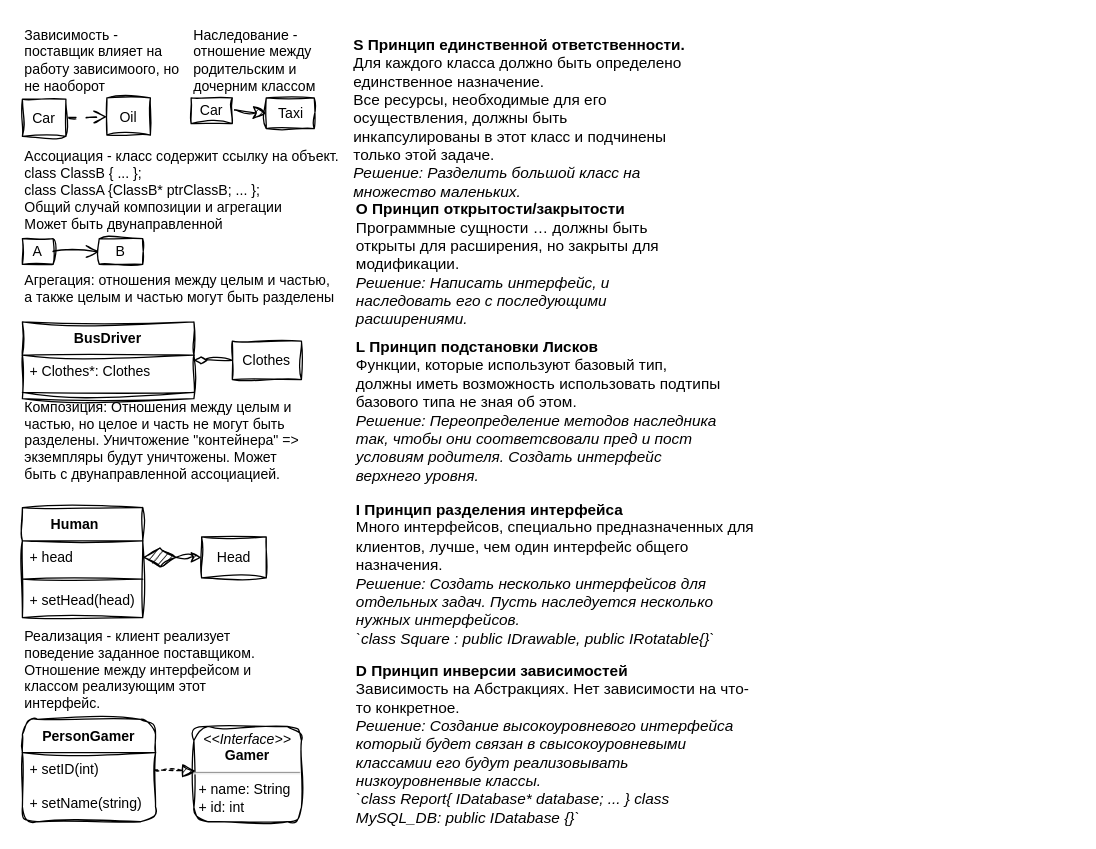
Before: UML_SOLID_forPrint.drawio in Amatikay/SDT_helper, a draw.io diagram. Source tidied: cells renumbered, new cells numbered last; positions are measured from the earlier drawing's top-left corner, leaving out a move shared by most shapes. Both pictures are drawn from the tidied source at 128%, with x=0, y=0 at pixel (22, 22).
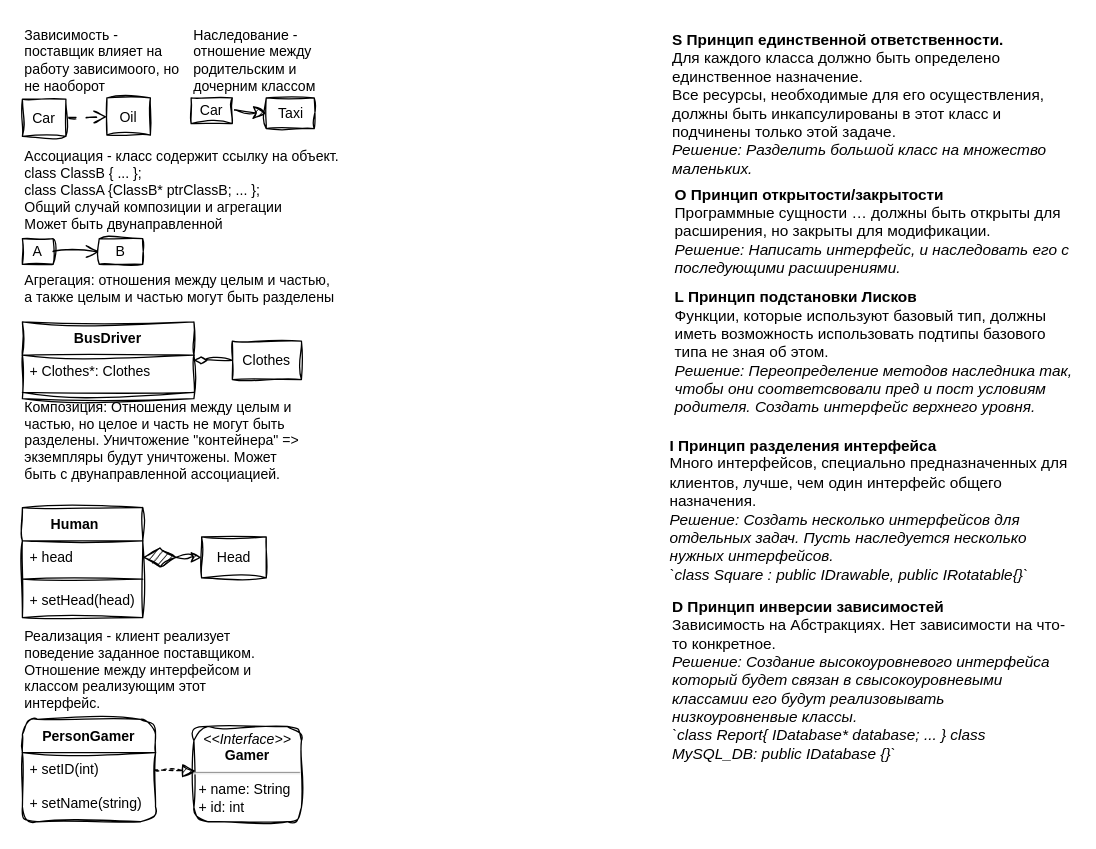
The same page after the edit.

What changed in the source:
```diff
@@
+    <mxCell id="38" style="group;" parent="1" vertex="1">
+      <mxGeometry x="504" width="316.5" height="578.5" as="geometry" />
+    </mxCell>
-    <mxCell id="33" value="&lt;div align=&quot;left&quot;&gt;&lt;b&gt;S Принцип единственной ответственности.&lt;/b&gt;&lt;br&gt;Для каждого класса должно быть определено единственное назначение.&lt;br&gt;Все ресурсы, необходимые для его осуществления, должны быть инкапсулированы в этот класс и подчинены только этой задаче.&amp;nbsp; &lt;br&gt;&lt;/div&gt;&lt;div align=&quot;left&quot;&gt;&lt;i&gt;Решение: Разделить большой класс на множество маленьких.&lt;/i&gt;&lt;/div&gt;" style="text;html=1;strokeColor=none;fillColor=none;align=left;verticalAlign=middle;whiteSpace=wrap;rounded=0;" parent="1" vertex="1">
-      <mxGeometry x="256.5" y="11" width="270" height="128" as="geometry" />
+    <mxCell id="33" value="&lt;div&gt;&lt;b&gt;S Принцип единственной ответственности.&lt;/b&gt;&lt;br&gt;Для каждого класса должно быть определено единственное назначение.&lt;br&gt;Все ресурсы, необходимые для его осуществления, должны быть инкапсулированы в этот класс и подчинены только этой задаче.&amp;nbsp; &lt;br&gt;&lt;/div&gt;&lt;div&gt;&lt;i&gt;Решение: Разделить большой класс на множество маленьких.&lt;/i&gt;&lt;/div&gt;" style="text;html=1;strokeColor=none;fillColor=none;align=left;verticalAlign=middle;whiteSpace=wrap;rounded=0;" parent="38" vertex="1">
+      <mxGeometry x="1.5" width="313" height="128" as="geometry" />
     </mxCell>
-    <mxCell id="34" value="&lt;b&gt;O Принцип открытости/закрытости&lt;/b&gt;&lt;br&gt;Программные сущности … должны быть открыты для расширения, но закрыты для модификации.&amp;nbsp; &lt;br&gt;&lt;i&gt;Решение: Написать интерфейс, и наследовать его с последующими расширениями.&lt;/i&gt;" style="text;html=1;strokeColor=none;fillColor=none;align=left;verticalAlign=middle;whiteSpace=wrap;rounded=0;" parent="1" vertex="1">
-      <mxGeometry x="259" y="139" width="270" height="100" as="geometry" />
+    <mxCell id="34" value="&lt;b&gt;O Принцип открытости/закрытости&lt;/b&gt;&lt;br&gt;Программные сущности … должны быть открыты для расширения, но закрыты для модификации.&amp;nbsp; &lt;br&gt;&lt;i&gt;Решение: Написать интерфейс, и наследовать его с последующими расширениями.&lt;/i&gt;" style="text;html=1;strokeColor=none;fillColor=none;align=left;verticalAlign=middle;whiteSpace=wrap;rounded=0;" parent="38" vertex="1">
+      <mxGeometry x="3.5" y="112.5" width="313" height="100" as="geometry" />
     </mxCell>
-    <mxCell id="35" value="&lt;div align=&quot;left&quot;&gt;&lt;b&gt;L Принцип подстановки Лисков&lt;/b&gt;&lt;br&gt;Функции, которые используют базовый тип, должны иметь возможность использовать подтипы базового типа не зная об этом.&amp;nbsp; &lt;br&gt;&lt;i&gt;Решение: Переопределение методов наследника так, чтобы они соответсвовали пред и пост условиям родителя. Создать интерфейс верхнего уровня.&lt;/i&gt;&lt;/div&gt;" style="text;html=1;strokeColor=none;fillColor=none;align=left;verticalAlign=middle;whiteSpace=wrap;rounded=0;" parent="1" vertex="1">
-      <mxGeometry x="259" y="239" width="290" height="130" as="geometry" />
+    <mxCell id="35" value="&lt;div&gt;&lt;b&gt;L Принцип подстановки Лисков&lt;/b&gt;&lt;br&gt;Функции, которые используют базовый тип, должны иметь возможность использовать подтипы базового типа не зная об этом.&amp;nbsp; &lt;br&gt;&lt;i&gt;Решение: Переопределение методов наследника так, чтобы они соответсвовали пред и пост условиям родителя. Создать интерфейс верхнего уровня.&lt;/i&gt;&lt;/div&gt;" style="text;html=1;strokeColor=none;fillColor=none;align=left;verticalAlign=middle;whiteSpace=wrap;rounded=0;" parent="38" vertex="1">
+      <mxGeometry x="3.5" y="192.5" width="313" height="130" as="geometry" />
     </mxCell>
-    <mxCell id="36" value="&lt;div align=&quot;left&quot;&gt;&lt;b&gt;I Принцип разделения интерфейса&lt;/b&gt;&lt;br&gt;&lt;/div&gt;&lt;div align=&quot;left&quot;&gt;Много интерфейсов, специально предназначенных для клиентов, лучше, чем один интерфейс общего назначения.&lt;/div&gt;&lt;div align=&quot;left&quot;&gt;&lt;i&gt;Решение: Создать несколько интерфейсов для отдельных задач. Пусть наследуется несколько нужных интерфейсов.&lt;/i&gt;&lt;/div&gt;&lt;div align=&quot;left&quot;&gt;&lt;i&gt;`class Square : public IDrawable, public IRotatable{}`&lt;/i&gt;&lt;/div&gt;" style="text;html=1;strokeColor=none;fillColor=none;align=left;verticalAlign=middle;whiteSpace=wrap;rounded=0;" parent="1" vertex="1">
-      <mxGeometry x="259" y="363" width="320" height="136" as="geometry" />
+    <mxCell id="36" value="&lt;div&gt;&lt;b&gt;I Принцип разделения интерфейса&lt;/b&gt;&lt;br&gt;&lt;/div&gt;&lt;div&gt;Много интерфейсов, специально предназначенных для клиентов, лучше, чем один интерфейс общего назначения.&lt;/div&gt;&lt;div&gt;&lt;i&gt;Решение: Создать несколько интерфейсов для отдельных задач. Пусть наследуется несколько нужных интерфейсов.&lt;/i&gt;&lt;/div&gt;&lt;div&gt;&lt;i&gt;`class Square : public IDrawable, public IRotatable{}`&lt;/i&gt;&lt;/div&gt;" style="text;html=1;strokeColor=none;fillColor=none;align=left;verticalAlign=middle;whiteSpace=wrap;rounded=0;" parent="38" vertex="1">
+      <mxGeometry y="312.5" width="316.5" height="136" as="geometry" />
     </mxCell>
-    <mxCell id="37" value="&lt;div align=&quot;left&quot;&gt;&lt;b&gt;D Принцип инверсии зависимостей&lt;/b&gt;&lt;br&gt;Зависимость на Абстракциях. Нет зависимости на что-то конкретное.&amp;nbsp; &lt;br&gt;&lt;i&gt;Решение: Создание высокоуровневого интерфейса который будет связан в свысокоуровневыми классамии его будут реализовывать низкоуровненвые классы.&lt;/i&gt;&lt;br&gt;&lt;i&gt;`class Report{ IDatabase* database; ... } class MySQL_DB: public IDatabase {}` &lt;/i&gt;&lt;/div&gt;" style="text;html=1;strokeColor=none;fillColor=none;align=left;verticalAlign=middle;whiteSpace=wrap;rounded=0;" parent="1" vertex="1">
-      <mxGeometry x="259" y="499" width="315" height="130" as="geometry" />
+    <mxCell id="37" value="&lt;div&gt;&lt;b&gt;D Принцип инверсии зависимостей&lt;/b&gt;&lt;br&gt;Зависимость на Абстракциях. Нет зависимости на что-то конкретное.&amp;nbsp; &lt;br&gt;&lt;i&gt;Решение: Создание высокоуровневого интерфейса который будет связан в свысокоуровневыми классамии его будут реализовывать низкоуровненвые классы.&lt;/i&gt;&lt;br&gt;&lt;i&gt;`class Report{ IDatabase* database; ... } class MySQL_DB: public IDatabase {}` &lt;/i&gt;&lt;/div&gt;" style="text;html=1;strokeColor=none;fillColor=none;align=left;verticalAlign=middle;whiteSpace=wrap;rounded=0;" parent="38" vertex="1">
+      <mxGeometry x="1.5" y="448.5" width="315" height="130" as="geometry" />
     </mxCell>
```
